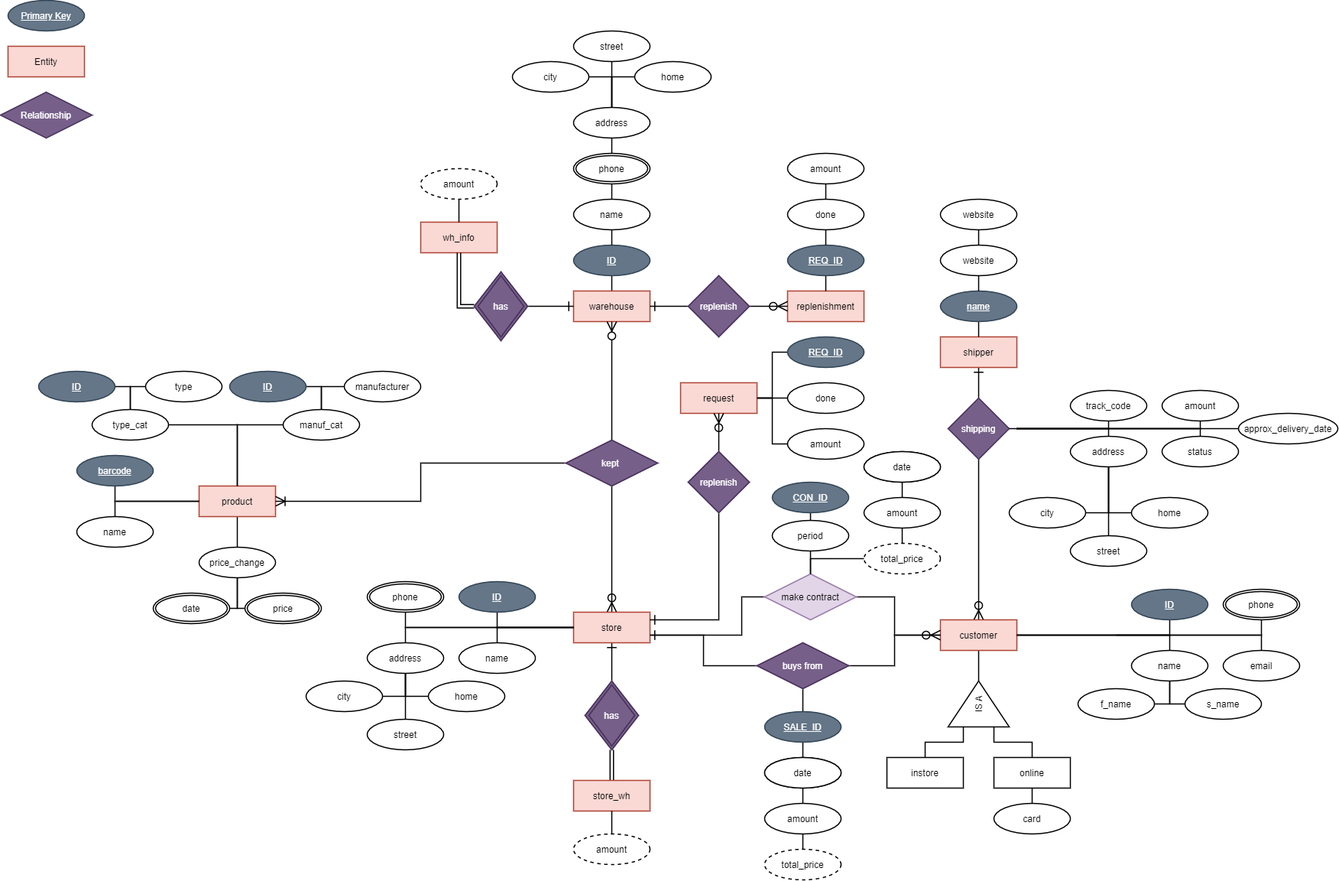
Before: Midterm-Project/Project_shorted.png, a diagram exported from draw.io (Nura-21/DB-Autumn-2021). Source tidied: cells renumbered, new cells last; positions are measured from the earlier drawing's top-left corner, leaving out a move shared by most shapes.
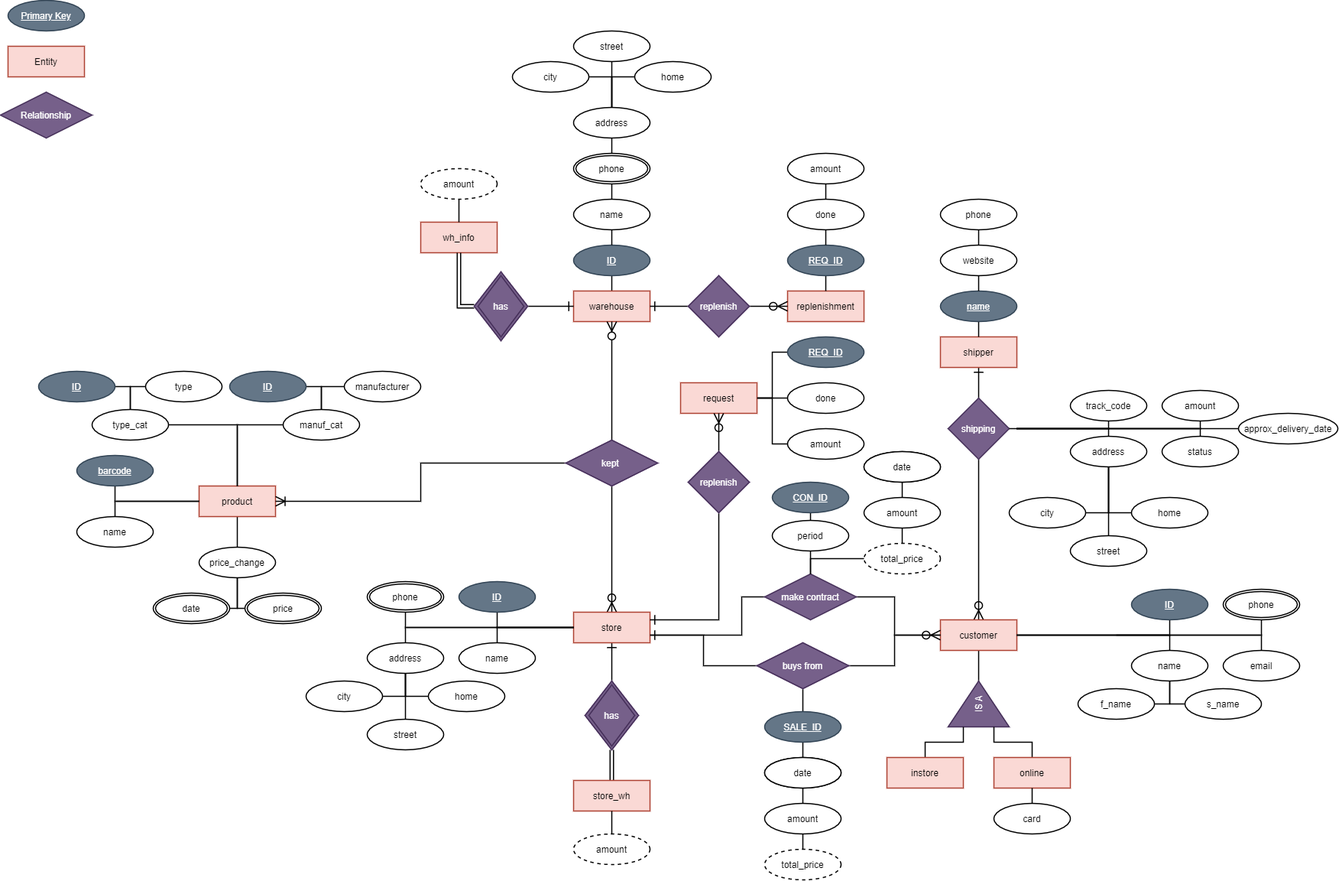
Above is the later version.

Diff of the diagram source:
```diff
@@ -279,7 +279,7 @@
     <mxCell id="92" style="edgeStyle=orthogonalEdgeStyle;rounded=0;jettySize=auto;html=1;exitX=0.5;exitY=1;exitDx=0;exitDy=0;entryX=0.5;entryY=0;entryDx=0;entryDy=0;endArrow=none;endFill=0;startSize=10;endSize=10;strokeWidth=1.5;" parent="1" edge="1" source="93" target="91">
       <mxGeometry relative="1" as="geometry" />
     </mxCell>
-    <mxCell id="93" value="website" style="ellipse;whiteSpace=wrap;html=1;align=center;strokeWidth=1.5;" parent="1" vertex="1">
+    <mxCell id="93" value="phone" style="ellipse;whiteSpace=wrap;html=1;align=center;strokeWidth=1.5;" parent="1" vertex="1">
       <mxGeometry x="1230" y="260" width="100" height="40" as="geometry" />
     </mxCell>
     <mxCell id="94" style="edgeStyle=orthogonalEdgeStyle;rounded=0;jettySize=auto;html=1;exitX=0.5;exitY=1;exitDx=0;exitDy=0;entryX=0.5;entryY=0;entryDx=0;entryDy=0;endArrow=ERzeroToMany;endFill=0;startSize=10;endSize=10;strokeWidth=1.5;" parent="1" edge="1" source="95" target="119">
@@ -464,19 +464,19 @@
     <mxCell id="145" value="has" style="shape=rhombus;double=1;perimeter=rhombusPerimeter;whiteSpace=wrap;html=1;align=center;strokeWidth=1.5;fillColor=#e1d5e7;strokeColor=#9673a6;" parent="1" vertex="1">
       <mxGeometry x="620" y="355" width="70" height="90" as="geometry" />
     </mxCell>
-    <mxCell id="146" value="IS A" style="triangle;whiteSpace=wrap;html=1;strokeWidth=1.5;rotation=-90;" parent="1" vertex="1">
+    <mxCell id="146" value="IS A" style="triangle;whiteSpace=wrap;html=1;strokeWidth=1.5;rotation=-90;fillColor=#76608a;fontColor=#ffffff;strokeColor=#432D57;" parent="1" vertex="1">
       <mxGeometry x="1250" y="880" width="60" height="80" as="geometry" />
     </mxCell>
     <mxCell id="147" style="edgeStyle=orthogonalEdgeStyle;rounded=0;jettySize=auto;html=1;exitX=0.5;exitY=0;exitDx=0;exitDy=0;entryX=0;entryY=0.25;entryDx=0;entryDy=0;startArrow=none;startFill=0;endArrow=none;endFill=0;startSize=10;endSize=10;strokeWidth=1.5;" parent="1" edge="1" source="148" target="146">
       <mxGeometry relative="1" as="geometry" />
     </mxCell>
-    <mxCell id="148" value="instore" style="whiteSpace=wrap;html=1;align=center;strokeWidth=1.5;" parent="1" vertex="1">
+    <mxCell id="148" value="instore" style="whiteSpace=wrap;html=1;align=center;strokeWidth=1.5;fillColor=#fad9d5;strokeColor=#ae4132;" parent="1" vertex="1">
       <mxGeometry x="1160" y="990" width="100" height="40" as="geometry" />
     </mxCell>
     <mxCell id="149" style="edgeStyle=orthogonalEdgeStyle;rounded=0;jettySize=auto;html=1;exitX=0.5;exitY=0;exitDx=0;exitDy=0;entryX=0;entryY=0.75;entryDx=0;entryDy=0;startArrow=none;startFill=0;endArrow=none;endFill=0;startSize=10;endSize=10;strokeWidth=1.5;" parent="1" edge="1" source="150" target="146">
       <mxGeometry relative="1" as="geometry" />
     </mxCell>
-    <mxCell id="150" value="online" style="whiteSpace=wrap;html=1;align=center;strokeWidth=1.5;" parent="1" vertex="1">
+    <mxCell id="150" value="online" style="whiteSpace=wrap;html=1;align=center;strokeWidth=1.5;fillColor=#fad9d5;strokeColor=#ae4132;" parent="1" vertex="1">
       <mxGeometry x="1300" y="990" width="100" height="40" as="geometry" />
     </mxCell>
     <mxCell id="151" style="edgeStyle=orthogonalEdgeStyle;rounded=0;jettySize=auto;html=1;exitX=0.5;exitY=0;exitDx=0;exitDy=0;entryX=0.5;entryY=1;entryDx=0;entryDy=0;startArrow=none;startFill=0;endArrow=none;endFill=0;startSize=10;endSize=10;strokeWidth=1.5;" parent="1" edge="1" source="152" target="150">
@@ -501,7 +501,7 @@
         </Array>
       </mxGeometry>
     </mxCell>
-    <mxCell id="155" value="make contract" style="shape=rhombus;perimeter=rhombusPerimeter;whiteSpace=wrap;html=1;align=center;fillColor=#e1d5e7;strokeColor=#9673a6;strokeWidth=1.5;" parent="1" vertex="1">
+    <mxCell id="155" value="make contract" style="shape=rhombus;perimeter=rhombusPerimeter;whiteSpace=wrap;html=1;align=center;fillColor=#76608a;strokeColor=#432D57;strokeWidth=1.5;fontColor=#ffffff;" parent="1" vertex="1">
       <mxGeometry x="1000" y="750" width="120" height="60" as="geometry" />
     </mxCell>
     <mxCell id="156" style="edgeStyle=orthogonalEdgeStyle;rounded=0;jettySize=auto;html=1;exitX=0.5;exitY=1;exitDx=0;exitDy=0;entryX=0.5;entryY=0;entryDx=0;entryDy=0;startArrow=none;startFill=0;endArrow=none;endFill=0;startSize=10;endSize=10;strokeWidth=1.5;" parent="1" edge="1" source="157" target="155">
```
